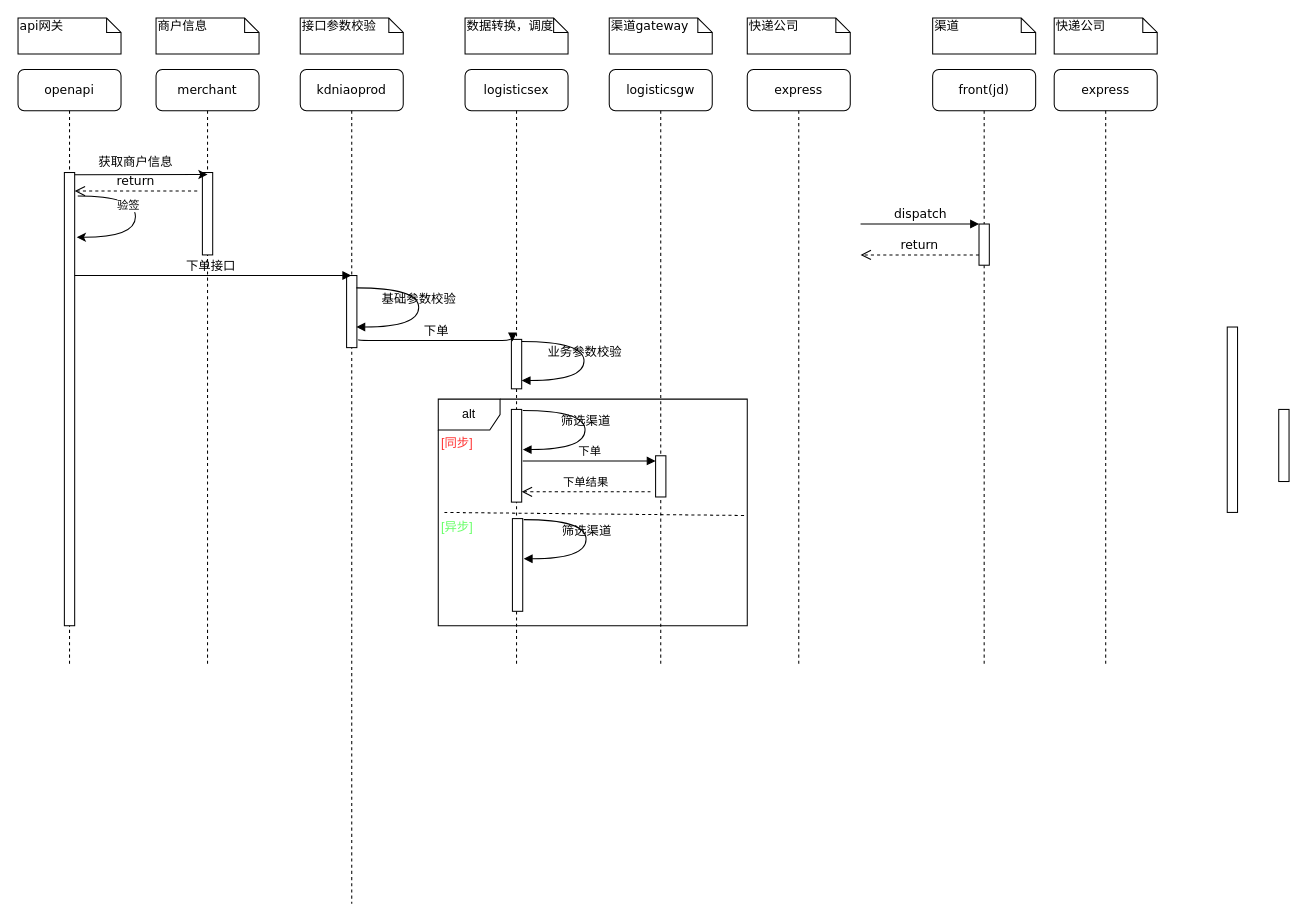
The draw.io diagram 未命名绘图.drawio in unclequentin/diagrams, before the edit. Source tidied: cells renumbered, new cells numbered last; positions are measured from the earlier drawing's top-left corner, leaving out a move shared by most shapes. Both pictures are drawn from the tidied source at 103%, with x=0, y=0 at pixel (18, 18).
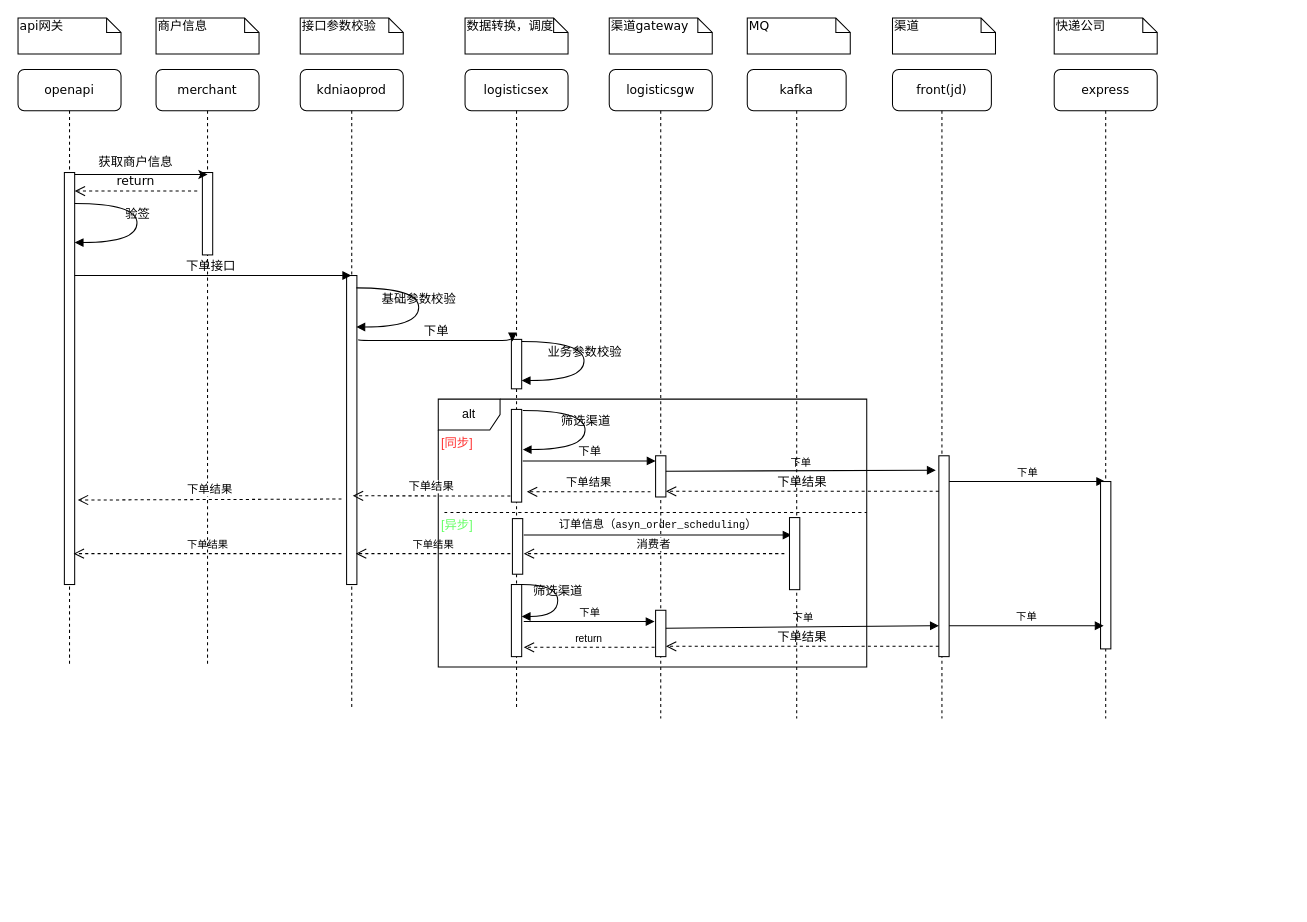
Above is the later version.

Commit message (it also covers changes not shown here):
更新未命名绘图.drawio

Unchanged cells that the change refers to:
```xml
<mxCell id="12" value="merchant" style="shape=umlLifeline;perimeter=lifelinePerimeter;whiteSpace=wrap;html=1;rounded=1;shadow=0;comic=0;labelBackgroundColor=none;strokeWidth=1;fontFamily=Verdana;fontSize=12;align=center;" parent="1" vertex="1">
  <mxGeometry x="134" y="50" width="100" height="580" as="geometry" />
</mxCell>
<mxCell id="28" value="openapi" style="shape=umlLifeline;perimeter=lifelinePerimeter;whiteSpace=wrap;html=1;outlineConnect=0;rounded=1;shadow=0;comic=0;labelBackgroundColor=none;strokeWidth=1;fontFamily=Verdana;fontSize=12;align=center;" parent="1" vertex="1">
  <mxGeometry y="50" width="100" height="580" as="geometry" />
</mxCell>
```

Diff of the diagram source:
```diff
@@
     <mxCell id="2" value="alt" style="shape=umlFrame;whiteSpace=wrap;html=1;" parent="1" vertex="1">
-      <mxGeometry x="408" y="370" width="300" height="220" as="geometry" />
+      <mxGeometry x="408" y="370" width="416" height="260" as="geometry" />
     </mxCell>
     <mxCell id="3" value="kdniaoprod" style="shape=umlLifeline;perimeter=lifelinePerimeter;whiteSpace=wrap;html=1;outlineConnect=0;rounded=1;shadow=0;comic=0;labelBackgroundColor=none;strokeWidth=1;fontFamily=Verdana;fontSize=12;align=center;" parent="1" vertex="1">
-      <mxGeometry x="274" y="50" width="100" height="810" as="geometry" />
+      <mxGeometry x="274" y="50" width="100" height="620" as="geometry" />
     </mxCell>
     <mxCell id="4" style="html=1;perimeter=orthogonalPerimeter;rounded=0;shadow=0;comic=0;labelBackgroundColor=none;strokeWidth=1;fontFamily=Verdana;fontSize=12;align=center;" parent="3" vertex="1">
-      <mxGeometry x="45" y="200" width="10" height="70" as="geometry" />
+      <mxGeometry x="45" y="200" width="10" height="300" as="geometry" />
     </mxCell>
     <mxCell id="5" value="logisticsex" style="shape=umlLifeline;perimeter=lifelinePerimeter;whiteSpace=wrap;html=1;rounded=1;shadow=0;comic=0;labelBackgroundColor=none;strokeWidth=1;fontFamily=Verdana;fontSize=12;align=center;" parent="1" vertex="1">
-      <mxGeometry x="434" y="50" width="100" height="580" as="geometry" />
+      <mxGeometry x="434" y="50" width="100" height="620" as="geometry" />
     </mxCell>
@@
+    <mxCell id="47" value="&lt;font style=&quot;&quot;&gt;&lt;font style=&quot;font-size: 11px;&quot; color=&quot;#000000&quot;&gt;订单信息（&lt;/font&gt;&lt;span style=&quot;font-family: &amp;quot;Courier New&amp;quot;;&quot;&gt;&lt;font style=&quot;font-size: 10px;&quot; color=&quot;#000000&quot;&gt;asyn_order_scheduling&lt;/font&gt;&lt;/span&gt;&lt;span style=&quot;font-size: 11px; color: rgb(0, 0, 0);&quot;&gt;）&lt;/span&gt;&lt;/font&gt;" style="html=1;verticalAlign=bottom;endArrow=block;rounded=0;fontColor=#66FF66;curved=1;entryX=-0.2;entryY=0.057;entryDx=0;entryDy=0;entryPerimeter=0;" parent="5" edge="1">
+      <mxGeometry relative="1" as="geometry">
+        <mxPoint x="57" y="452" as="sourcePoint" />
+        <mxPoint x="317" y="452" as="targetPoint" />
+      </mxGeometry>
+    </mxCell>
+    <mxCell id="48" style="html=1;points=[];perimeter=orthogonalPerimeter;fontSize=10;fontColor=#000000;" parent="5" vertex="1">
+      <mxGeometry x="45" y="500" width="10" height="70" as="geometry" />
+    </mxCell>
+    <mxCell id="46" value="筛选渠道" style="html=1;verticalAlign=bottom;endArrow=block;labelBackgroundColor=none;fontFamily=Verdana;fontSize=12;elbow=vertical;edgeStyle=orthogonalEdgeStyle;curved=1;entryX=1;entryY=0.443;entryDx=0;entryDy=0;entryPerimeter=0;" parent="5" edge="1" target="48">
+      <mxGeometry relative="1" as="geometry">
+        <mxPoint x="55" y="500" as="sourcePoint" />
+        <Array as="points">
+          <mxPoint x="90" y="500" />
+          <mxPoint x="90" y="531" />
+        </Array>
+      </mxGeometry>
+    </mxCell>
     <mxCell id="9" value="logisticsgw" style="shape=umlLifeline;perimeter=lifelinePerimeter;whiteSpace=wrap;html=1;rounded=1;shadow=0;comic=0;labelBackgroundColor=none;strokeWidth=1;fontFamily=Verdana;fontSize=12;align=center;" parent="1" vertex="1">
-      <mxGeometry x="574" y="50" width="100" height="580" as="geometry" />
+      <mxGeometry x="574" y="50" width="100" height="630" as="geometry" />
     </mxCell>
+    <mxCell id="49" style="html=1;points=[];perimeter=orthogonalPerimeter;rounded=0;shadow=0;comic=0;labelBackgroundColor=none;strokeWidth=1;fontFamily=Verdana;fontSize=12;align=center;" parent="9" vertex="1">
+      <mxGeometry x="45" y="525" width="10" height="45" as="geometry" />
+    </mxCell>
     <mxCell id="10" value="front(jd)" style="shape=umlLifeline;perimeter=lifelinePerimeter;whiteSpace=wrap;html=1;rounded=1;shadow=0;comic=0;labelBackgroundColor=none;strokeWidth=1;fontFamily=Verdana;fontSize=12;align=center;" parent="1" vertex="1">
-      <mxGeometry x="888" y="50" width="100" height="580" as="geometry" />
+      <mxGeometry x="849" y="50" width="96" height="630" as="geometry" />
     </mxCell>
+    <mxCell id="16" style="html=1;points=[];perimeter=orthogonalPerimeter;rounded=0;shadow=0;comic=0;labelBackgroundColor=none;strokeWidth=1;fontFamily=Verdana;fontSize=12;align=center;" parent="10" vertex="1">
+      <mxGeometry x="45" y="375" width="10" height="195" as="geometry" />
+    </mxCell>
+    <mxCell id="50" value="下单" style="html=1;verticalAlign=bottom;endArrow=block;rounded=0;labelBackgroundColor=none;fontSize=10;fontColor=#000000;curved=1;" parent="10" edge="1" target="11">
+      <mxGeometry relative="1" as="geometry">
+        <mxPoint x="55" y="400" as="sourcePoint" />
+      </mxGeometry>
+    </mxCell>
     <mxCell id="11" value="express" style="shape=umlLifeline;perimeter=lifelinePerimeter;whiteSpace=wrap;html=1;outlineConnect=0;rounded=1;shadow=0;comic=0;labelBackgroundColor=none;strokeWidth=1;fontFamily=Verdana;fontSize=12;align=center;" parent="1" vertex="1">
-      <mxGeometry x="1006" y="50" width="100" height="580" as="geometry" />
+      <mxGeometry x="1006" y="50" width="100" height="630" as="geometry" />
     </mxCell>
+    <mxCell id="15" style="html=1;perimeter=orthogonalPerimeter;rounded=0;shadow=0;comic=0;labelBackgroundColor=none;strokeWidth=1;fontFamily=Verdana;fontSize=12;align=center;" parent="11" vertex="1">
+      <mxGeometry x="45" y="400" width="10" height="162.5" as="geometry" />
+    </mxCell>
@@
-    <mxCell id="15" style="html=1;perimeter=orthogonalPerimeter;rounded=0;shadow=0;comic=0;labelBackgroundColor=none;strokeWidth=1;fontFamily=Verdana;fontSize=12;align=center;" parent="1" vertex="1">
-      <mxGeometry x="1174" y="300" width="10" height="180" as="geometry" />
-    </mxCell>
-    <mxCell id="16" style="html=1;points=[];perimeter=orthogonalPerimeter;rounded=0;shadow=0;comic=0;labelBackgroundColor=none;strokeWidth=1;fontFamily=Verdana;fontSize=12;align=center;" parent="1" vertex="1">
-      <mxGeometry x="933" y="200" width="10" height="40" as="geometry" />
-    </mxCell>
-    <mxCell id="17" value="dispatch" style="html=1;verticalAlign=bottom;endArrow=block;entryX=0;entryY=0;labelBackgroundColor=none;fontFamily=Verdana;fontSize=12;edgeStyle=elbowEdgeStyle;elbow=vertical;" parent="1" edge="1" target="16">
-      <mxGeometry relative="1" as="geometry">
-        <mxPoint x="818" y="200" as="sourcePoint" />
-      </mxGeometry>
-    </mxCell>
-    <mxCell id="18" value="return" style="html=1;verticalAlign=bottom;endArrow=open;dashed=1;endSize=8;labelBackgroundColor=none;fontFamily=Verdana;fontSize=12;edgeStyle=elbowEdgeStyle;elbow=vertical;" parent="1" edge="1" source="16">
-      <mxGeometry relative="1" as="geometry">
-        <mxPoint x="818" y="230" as="targetPoint" />
-        <Array as="points">
-          <mxPoint x="878" y="230" />
-          <mxPoint x="908" y="230" />
-        </Array>
-      </mxGeometry>
-    </mxCell>
+    <mxCell id="51" value="下单结果" style="html=1;verticalAlign=bottom;endArrow=open;dashed=1;endSize=8;rounded=0;curved=1;entryX=1.3;entryY=0.795;entryDx=0;entryDy=0;entryPerimeter=0;" parent="12" edge="1" target="29">
+      <mxGeometry relative="1" as="geometry">
+        <mxPoint x="180" y="417" as="sourcePoint" />
+      </mxGeometry>
+    </mxCell>
@@
-    <mxCell id="21" style="html=1;perimeter=orthogonalPerimeter;rounded=0;shadow=0;comic=0;labelBackgroundColor=none;strokeWidth=1;fontFamily=Verdana;fontSize=12;align=center;" parent="1" vertex="1">
-      <mxGeometry x="1224" y="380" width="10" height="70" as="geometry" />
-    </mxCell>
@@
     <mxCell id="26" value="渠道" style="shape=note;whiteSpace=wrap;html=1;size=14;verticalAlign=top;align=left;spacingTop=-6;rounded=0;shadow=0;comic=0;labelBackgroundColor=none;strokeWidth=1;fontFamily=Verdana;fontSize=12;" parent="1" vertex="1">
-      <mxGeometry x="888" width="100" height="35" as="geometry" />
+      <mxGeometry x="849" width="100" height="35" as="geometry" />
     </mxCell>
@@
     <mxCell id="29" style="html=1;points=[];perimeter=orthogonalPerimeter;rounded=0;shadow=0;comic=0;labelBackgroundColor=none;strokeWidth=1;fontFamily=Verdana;fontSize=12;align=center;" parent="28" vertex="1">
-      <mxGeometry x="45" y="100" width="10" height="440" as="geometry" />
+      <mxGeometry x="45" y="100" width="10" height="400" as="geometry" />
     </mxCell>
-    <mxCell id="30" style="endArrow=classic;html=1;rounded=0;curved=1;exitX=1.3;exitY=0.052;exitDx=0;exitDy=0;exitPerimeter=0;edgeStyle=orthogonalEdgeStyle;entryX=1.2;entryY=0.143;entryDx=0;entryDy=0;entryPerimeter=0;" parent="28" edge="1" source="29" target="29">
-      <mxGeometry relative="1" as="geometry">
-        <Array as="points">
-          <mxPoint x="114" y="123" />
-          <mxPoint x="114" y="163" />
-        </Array>
-      </mxGeometry>
-    </mxCell>
-    <mxCell id="31" value="验签" style="edgeLabel;html=1;align=center;verticalAlign=middle;" parent="30" vertex="1">
-      <mxGeometry x="-0.15" y="-8" relative="1" as="geometry" />
+    <mxCell id="31" value="验签" style="html=1;verticalAlign=bottom;endArrow=block;labelBackgroundColor=none;fontFamily=Verdana;fontSize=12;elbow=vertical;edgeStyle=orthogonalEdgeStyle;curved=1;" parent="28" edge="1">
+      <mxGeometry relative="1" as="geometry">
+        <mxPoint x="55" y="130" as="sourcePoint" />
+        <mxPoint x="55" y="168" as="targetPoint" />
+        <Array as="points">
+          <mxPoint x="115.5" y="130" />
+          <mxPoint x="115.5" y="168" />
+        </Array>
+      </mxGeometry>
     </mxCell>
@@
-    <mxCell id="38" style="endArrow=none;dashed=1;html=1;rounded=0;curved=1;entryX=1;entryY=0.765;entryDx=0;entryDy=0;entryPerimeter=0;" parent="1" edge="1">
+    <mxCell id="38" style="endArrow=none;dashed=1;html=1;rounded=0;curved=1;entryX=1;entryY=0.423;entryDx=0;entryDy=0;entryPerimeter=0;" parent="1" edge="1" target="2">
       <mxGeometry relative="1" as="geometry">
         <mxPoint x="414" y="480" as="sourcePoint" />
-        <mxPoint x="708" y="483" as="targetPoint" />
       </mxGeometry>
     </mxCell>
@@
-    <mxCell id="41" value="下单结果" style="html=1;verticalAlign=bottom;endArrow=open;dashed=1;endSize=8;rounded=0;curved=1;entryX=1.5;entryY=0.778;entryDx=0;entryDy=0;entryPerimeter=0;" parent="1" edge="1">
+    <mxCell id="41" value="下单结果" style="html=1;verticalAlign=bottom;endArrow=open;dashed=1;endSize=8;rounded=0;curved=1;" parent="1" edge="1">
       <mxGeometry relative="1" as="geometry">
         <mxPoint x="614" y="460" as="sourcePoint" />
-        <mxPoint x="489" y="460" as="targetPoint" />
+        <mxPoint x="494" y="460" as="targetPoint" />
       </mxGeometry>
     </mxCell>
     <mxCell id="42" value="&lt;font color=&quot;#66ff66&quot;&gt;[异步]&lt;/font&gt;" style="text;html=1;align=center;verticalAlign=middle;fillColor=none;strokeColor=none;rounded=0;" parent="1" vertex="1">
-      <mxGeometry x="401" y="480" width="50" height="30" as="geometry" />
+      <mxGeometry x="401" y="478" width="50" height="30" as="geometry" />
     </mxCell>
-    <mxCell id="43" value="express" style="shape=umlLifeline;perimeter=lifelinePerimeter;whiteSpace=wrap;html=1;rounded=1;shadow=0;comic=0;labelBackgroundColor=none;strokeWidth=1;fontFamily=Verdana;fontSize=12;align=center;" parent="1" vertex="1">
-      <mxGeometry x="708" y="50" width="100" height="580" as="geometry" />
+    <mxCell id="43" value="kafka" style="shape=umlLifeline;perimeter=lifelinePerimeter;whiteSpace=wrap;html=1;rounded=1;shadow=0;comic=0;labelBackgroundColor=none;strokeWidth=1;fontFamily=Verdana;fontSize=12;align=center;" parent="1" vertex="1">
+      <mxGeometry x="708" y="50" width="96" height="630" as="geometry" />
     </mxCell>
+    <mxCell id="52" style="html=1;perimeter=orthogonalPerimeter;rounded=0;shadow=0;comic=0;labelBackgroundColor=none;strokeWidth=1;fontFamily=Verdana;fontSize=12;align=center;" parent="43" vertex="1">
+      <mxGeometry x="41" y="435" width="10" height="70" as="geometry" />
+    </mxCell>
+    <mxCell id="53" value="下单" style="html=1;verticalAlign=bottom;endArrow=block;rounded=0;labelBackgroundColor=none;fontSize=10;fontColor=#000000;curved=1;exitX=0.54;exitY=0.686;exitDx=0;exitDy=0;exitPerimeter=0;" parent="43" edge="1">
+      <mxGeometry relative="1" as="geometry">
+        <mxPoint x="-79" y="542.4" as="sourcePoint" />
+        <mxPoint x="186" y="540" as="targetPoint" />
+      </mxGeometry>
+    </mxCell>
-    <mxCell id="44" value="快递公司" style="shape=note;whiteSpace=wrap;html=1;size=14;verticalAlign=top;align=left;spacingTop=-6;rounded=0;shadow=0;comic=0;labelBackgroundColor=none;strokeWidth=1;fontFamily=Verdana;fontSize=12;" parent="1" vertex="1">
+    <mxCell id="44" value="MQ" style="shape=note;whiteSpace=wrap;html=1;size=14;verticalAlign=top;align=left;spacingTop=-6;rounded=0;shadow=0;comic=0;labelBackgroundColor=none;strokeWidth=1;fontFamily=Verdana;fontSize=12;" parent="1" vertex="1">
       <mxGeometry x="708" width="100" height="35" as="geometry" />
     </mxCell>
     <mxCell id="45" style="html=1;perimeter=orthogonalPerimeter;rounded=0;shadow=0;comic=0;labelBackgroundColor=none;strokeColor=#000000;strokeWidth=1;fillColor=#FFFFFF;fontFamily=Verdana;fontSize=12;fontColor=#000000;align=center;" parent="1" vertex="1">
-      <mxGeometry x="480" y="486" width="10" height="90" as="geometry" />
+      <mxGeometry x="480" y="486" width="10" height="54" as="geometry" />
     </mxCell>
-    <mxCell id="46" value="筛选渠道" style="html=1;verticalAlign=bottom;endArrow=block;labelBackgroundColor=none;fontFamily=Verdana;fontSize=12;elbow=vertical;edgeStyle=orthogonalEdgeStyle;curved=1;" parent="1" edge="1">
-      <mxGeometry relative="1" as="geometry">
-        <mxPoint x="491" y="487" as="sourcePoint" />
-        <mxPoint x="491" y="525" as="targetPoint" />
-        <Array as="points">
-          <mxPoint x="551.5" y="487" />
-          <mxPoint x="551.5" y="525" />
-        </Array>
-      </mxGeometry>
-    </mxCell>
+    <mxCell id="54" value="消费者" style="html=1;verticalAlign=bottom;endArrow=open;dashed=1;endSize=8;rounded=0;fontColor=#000000;curved=1;entryX=1.4;entryY=0.378;entryDx=0;entryDy=0;entryPerimeter=0;" parent="1" edge="1">
+      <mxGeometry relative="1" as="geometry">
+        <mxPoint x="744" y="520" as="sourcePoint" />
+        <mxPoint x="491" y="520" as="targetPoint" />
+      </mxGeometry>
+    </mxCell>
+    <mxCell id="55" value="下单" style="html=1;verticalAlign=bottom;endArrow=block;rounded=0;labelBackgroundColor=none;fontSize=10;fontColor=#000000;curved=1;entryX=0.2;entryY=0.222;entryDx=0;entryDy=0;entryPerimeter=0;" parent="1" edge="1">
+      <mxGeometry relative="1" as="geometry">
+        <mxPoint x="491" y="586" as="sourcePoint" />
+        <mxPoint x="618" y="586" as="targetPoint" />
+      </mxGeometry>
+    </mxCell>
+    <mxCell id="56" value="下单" style="html=1;verticalAlign=bottom;endArrow=block;rounded=0;labelBackgroundColor=none;fontSize=10;fontColor=#000000;curved=1;exitX=0.5;exitY=0.376;exitDx=0;exitDy=0;exitPerimeter=0;entryX=-0.3;entryY=0.072;entryDx=0;entryDy=0;entryPerimeter=0;" parent="1" edge="1" target="16">
+      <mxGeometry relative="1" as="geometry">
+        <mxPoint x="629" y="440" as="sourcePoint" />
+      </mxGeometry>
+    </mxCell>
+    <mxCell id="57" value="下单结果" style="html=1;verticalAlign=bottom;endArrow=open;dashed=1;endSize=8;rounded=0;curved=1;entryX=0.5;entryY=0.713;entryDx=0;entryDy=0;entryPerimeter=0;" parent="1" edge="1">
+      <mxGeometry relative="1" as="geometry">
+        <mxPoint x="478" y="464" as="sourcePoint" />
+        <mxPoint x="325" y="463.9" as="targetPoint" />
+      </mxGeometry>
+    </mxCell>
+    <mxCell id="58" value="下单结果" style="html=1;verticalAlign=bottom;endArrow=open;dashed=1;endSize=8;labelBackgroundColor=none;fontFamily=Verdana;fontSize=12;edgeStyle=elbowEdgeStyle;elbow=vertical;" parent="1" edge="1">
+      <mxGeometry relative="1" as="geometry">
+        <mxPoint x="894" y="610" as="sourcePoint" />
+        <mxPoint x="629" y="610" as="targetPoint" />
+        <Array as="points">
+          <mxPoint x="878" y="610" />
+          <mxPoint x="908" y="610" />
+        </Array>
+      </mxGeometry>
+    </mxCell>
+    <mxCell id="18" value="return" style="html=1;verticalAlign=bottom;endArrow=open;dashed=1;endSize=8;rounded=0;labelBackgroundColor=none;fontSize=10;fontColor=#000000;curved=1;entryX=1.2;entryY=0.871;entryDx=0;entryDy=0;entryPerimeter=0;exitX=-0.1;exitY=0.8;exitDx=0;exitDy=0;exitPerimeter=0;" parent="1" edge="1" source="49" target="48">
+      <mxGeometry relative="1" as="geometry" />
+    </mxCell>
+    <mxCell id="59" value="下单结果" style="html=1;verticalAlign=bottom;endArrow=open;dashed=1;endSize=8;rounded=0;labelBackgroundColor=none;fontSize=10;fontColor=#000000;curved=1;" parent="1" edge="1">
+      <mxGeometry relative="1" as="geometry">
+        <mxPoint x="478" y="520" as="sourcePoint" />
+        <mxPoint x="328" y="520" as="targetPoint" />
+      </mxGeometry>
+    </mxCell>
+    <mxCell id="60" value="下单结果" style="html=1;verticalAlign=bottom;endArrow=open;dashed=1;endSize=8;rounded=0;labelBackgroundColor=none;fontSize=10;fontColor=#000000;curved=1;" parent="1" edge="1">
+      <mxGeometry relative="1" as="geometry">
+        <mxPoint x="314" y="520" as="sourcePoint" />
+        <mxPoint x="54" y="520" as="targetPoint" />
+      </mxGeometry>
+    </mxCell>
+    <mxCell id="61" value="下单结果" style="html=1;verticalAlign=bottom;endArrow=open;dashed=1;endSize=8;labelBackgroundColor=none;fontFamily=Verdana;fontSize=12;edgeStyle=elbowEdgeStyle;elbow=vertical;" parent="1" edge="1">
+      <mxGeometry relative="1" as="geometry">
+        <mxPoint x="894" y="459.5" as="sourcePoint" />
+        <mxPoint x="629" y="459.5" as="targetPoint" />
+        <Array as="points">
+          <mxPoint x="878" y="459.5" />
+          <mxPoint x="908" y="459.5" />
+        </Array>
+      </mxGeometry>
+    </mxCell>
+    <mxCell id="62" value="下单" style="html=1;verticalAlign=bottom;endArrow=block;rounded=0;labelBackgroundColor=none;fontSize=10;fontColor=#000000;curved=1;" parent="1" edge="1">
+      <mxGeometry relative="1" as="geometry">
+        <mxPoint x="904" y="590" as="sourcePoint" />
+        <mxPoint x="1054" y="590" as="targetPoint" />
+      </mxGeometry>
+    </mxCell>
```
